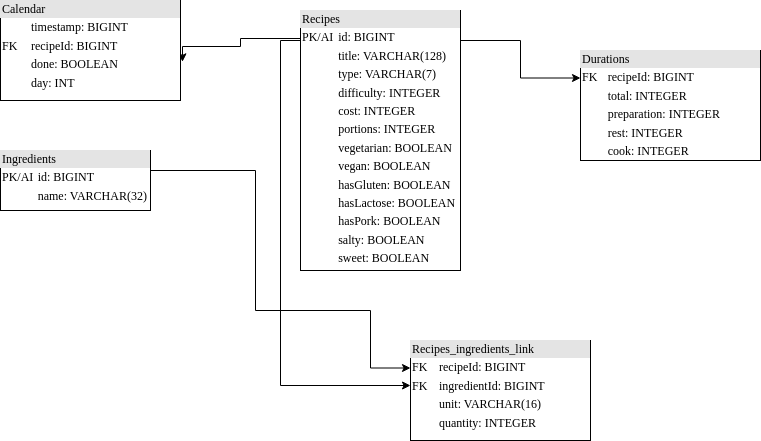
This is server/database.png from Vjonquiere/KeskonMange, a draw.io export, as it was before one commit. Source tidied: cells renumbered, new cells last; positions are measured from the earlier drawing's top-left corner, leaving out a move shared by most shapes.
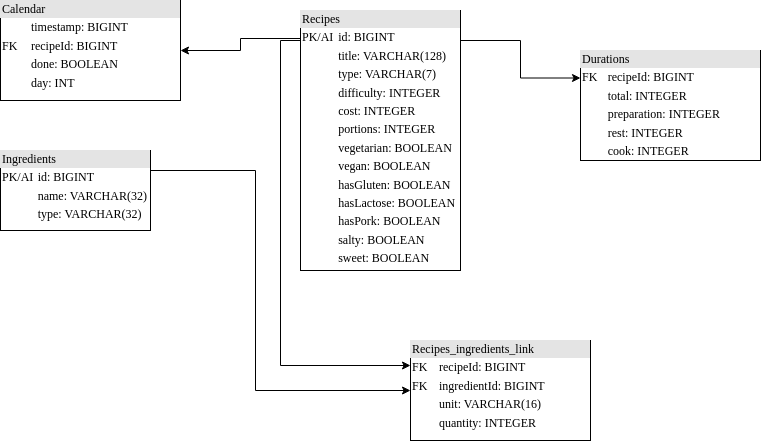
Later version of the same file.

Commit message:
ingredient type implementation

What changed in the source:
```diff
@@ -11,41 +11,38 @@
         </Array>
       </mxGeometry>
     </mxCell>
-    <mxCell id="3" style="edgeStyle=orthogonalEdgeStyle;rounded=0;jettySize=auto;html=1;entryX=1.011;entryY=0.613;entryDx=0;entryDy=0;entryPerimeter=0;" parent="1" edge="1" source="5" target="9">
+    <mxCell id="3" style="edgeStyle=orthogonalEdgeStyle;rounded=0;jettySize=auto;html=1;entryX=1;entryY=0.5;entryDx=0;entryDy=0;" parent="1" edge="1" source="5" target="9">
       <mxGeometry relative="1" as="geometry">
         <Array as="points">
           <mxPoint x="240" y="38" />
-          <mxPoint x="240" y="46" />
+          <mxPoint x="240" y="50" />
         </Array>
       </mxGeometry>
     </mxCell>
-    <mxCell id="4" style="edgeStyle=orthogonalEdgeStyle;rounded=0;orthogonalLoop=1;jettySize=auto;html=1;exitX=0;exitY=0.25;exitDx=0;exitDy=0;entryX=0;entryY=0.5;entryDx=0;entryDy=0;" parent="1" edge="1">
+    <mxCell id="4" style="edgeStyle=orthogonalEdgeStyle;rounded=0;jettySize=auto;html=1;exitX=0;exitY=0.25;exitDx=0;exitDy=0;entryX=0;entryY=0.25;entryDx=0;entryDy=0;" parent="1" edge="1" target="8">
       <mxGeometry relative="1" as="geometry">
         <mxPoint x="300" y="75" as="sourcePoint" />
-        <mxPoint x="410" y="385" as="targetPoint" />
         <Array as="points">
           <mxPoint x="300" y="40" />
           <mxPoint x="280" y="40" />
-          <mxPoint x="280" y="385" />
+          <mxPoint x="280" y="365" />
         </Array>
       </mxGeometry>
     </mxCell>
     <mxCell id="5" value="&lt;div style=&quot;box-sizing:border-box;width:100%;background:#e4e4e4;padding:2px;&quot;&gt;Recipes&lt;/div&gt;&lt;table style=&quot;width:100%;font-size:1em;&quot; cellpadding=&quot;2&quot; cellspacing=&quot;0&quot;&gt;&lt;tbody&gt;&lt;tr&gt;&lt;td&gt;PK/AI&lt;/td&gt;&lt;td&gt;id: BIGINT&amp;nbsp;&lt;/td&gt;&lt;/tr&gt;&lt;tr&gt;&lt;td&gt;&lt;br&gt;&lt;/td&gt;&lt;td&gt;title: VARCHAR(128)&lt;/td&gt;&lt;/tr&gt;&lt;tr&gt;&lt;td&gt;&lt;br&gt;&lt;/td&gt;&lt;td&gt;type: VARCHAR(7)&lt;/td&gt;&lt;/tr&gt;&lt;tr&gt;&lt;td&gt;&lt;br&gt;&lt;/td&gt;&lt;td&gt;difficulty: INTEGER&lt;br&gt;&lt;/td&gt;&lt;/tr&gt;&lt;tr&gt;&lt;td&gt;&lt;br&gt;&lt;/td&gt;&lt;td&gt;cost: INTEGER&lt;br&gt;&lt;/td&gt;&lt;/tr&gt;&lt;tr&gt;&lt;td&gt;&lt;br&gt;&lt;/td&gt;&lt;td&gt;portions: INTEGER&lt;/td&gt;&lt;/tr&gt;&lt;tr&gt;&lt;td&gt;&lt;br&gt;&lt;/td&gt;&lt;td&gt;vegetarian: BOOLEAN&lt;/td&gt;&lt;/tr&gt;&lt;tr&gt;&lt;td&gt;&lt;br&gt;&lt;/td&gt;&lt;td&gt;vegan: BOOLEAN&lt;/td&gt;&lt;/tr&gt;&lt;tr&gt;&lt;td&gt;&lt;br&gt;&lt;/td&gt;&lt;td&gt;hasGluten: BOOLEAN&lt;/td&gt;&lt;/tr&gt;&lt;tr&gt;&lt;td&gt;&lt;br&gt;&lt;/td&gt;&lt;td&gt;hasLactose: BOOLEAN&lt;/td&gt;&lt;/tr&gt;&lt;tr&gt;&lt;td&gt;&lt;br&gt;&lt;/td&gt;&lt;td&gt;hasPork: BOOLEAN&lt;/td&gt;&lt;/tr&gt;&lt;tr&gt;&lt;td&gt;&lt;br&gt;&lt;/td&gt;&lt;td&gt;salty: BOOLEAN&lt;/td&gt;&lt;/tr&gt;&lt;tr&gt;&lt;td&gt;&lt;br&gt;&lt;/td&gt;&lt;td&gt;sweet: BOOLEAN&lt;/td&gt;&lt;/tr&gt;&lt;/tbody&gt;&lt;/table&gt;" style="verticalAlign=top;align=left;overflow=fill;html=1;rounded=0;shadow=0;comic=0;labelBackgroundColor=none;strokeWidth=1;fontFamily=Verdana;fontSize=12;" parent="1" vertex="1">
       <mxGeometry x="300" y="10" width="160" height="260" as="geometry" />
     </mxCell>
-    <mxCell id="6" style="edgeStyle=orthogonalEdgeStyle;rounded=0;orthogonalLoop=1;jettySize=auto;html=1;entryX=0;entryY=0.75;entryDx=0;entryDy=0;" parent="1" edge="1">
+    <mxCell id="6" style="edgeStyle=orthogonalEdgeStyle;rounded=0;jettySize=auto;html=1;entryX=0;entryY=0.5;entryDx=0;entryDy=0;" parent="1" edge="1" target="8">
       <mxGeometry relative="1" as="geometry">
         <mxPoint x="150" y="170" as="sourcePoint" />
-        <mxPoint x="410" y="367.5" as="targetPoint" />
         <Array as="points">
           <mxPoint x="255" y="170" />
-          <mxPoint x="255" y="310" />
-          <mxPoint x="370" y="310" />
+          <mxPoint x="255" y="390" />
         </Array>
       </mxGeometry>
     </mxCell>
-    <mxCell id="7" value="&lt;div style=&quot;box-sizing: border-box ; width: 100% ; background: #e4e4e4 ; padding: 2px&quot;&gt;Ingredients&lt;/div&gt;&lt;table style=&quot;width: 100% ; font-size: 1em&quot; cellpadding=&quot;2&quot; cellspacing=&quot;0&quot;&gt;&lt;tbody&gt;&lt;tr&gt;&lt;td&gt;PK/AI&lt;/td&gt;&lt;td&gt;id: BIGINT&lt;/td&gt;&lt;/tr&gt;&lt;tr&gt;&lt;td&gt;&lt;br&gt;&lt;/td&gt;&lt;td&gt;name: VARCHAR(32)&lt;/td&gt;&lt;/tr&gt;&lt;tr&gt;&lt;td&gt;&lt;/td&gt;&lt;td&gt;&lt;br&gt;&lt;/td&gt;&lt;/tr&gt;&lt;tr&gt;&lt;td&gt;&lt;br&gt;&lt;/td&gt;&lt;td&gt;&lt;br&gt;&lt;/td&gt;&lt;/tr&gt;&lt;tr&gt;&lt;td&gt;&lt;br&gt;&lt;/td&gt;&lt;td&gt;&lt;br&gt;&lt;/td&gt;&lt;/tr&gt;&lt;tr&gt;&lt;td&gt;&lt;br&gt;&lt;/td&gt;&lt;td&gt;&lt;br&gt;&lt;/td&gt;&lt;/tr&gt;&lt;/tbody&gt;&lt;/table&gt;" style="verticalAlign=top;align=left;overflow=fill;html=1;rounded=0;shadow=0;comic=0;labelBackgroundColor=none;strokeWidth=1;fontFamily=Verdana;fontSize=12;" parent="1" vertex="1">
-      <mxGeometry y="150" width="150" height="60" as="geometry" />
+    <mxCell id="7" value="&lt;div style=&quot;box-sizing: border-box ; width: 100% ; background: #e4e4e4 ; padding: 2px&quot;&gt;Ingredients&lt;/div&gt;&lt;table style=&quot;width: 100% ; font-size: 1em&quot; cellpadding=&quot;2&quot; cellspacing=&quot;0&quot;&gt;&lt;tbody&gt;&lt;tr&gt;&lt;td&gt;PK/AI&lt;/td&gt;&lt;td&gt;id: BIGINT&lt;/td&gt;&lt;/tr&gt;&lt;tr&gt;&lt;td&gt;&lt;br&gt;&lt;/td&gt;&lt;td&gt;name: VARCHAR(32)&lt;/td&gt;&lt;/tr&gt;&lt;tr&gt;&lt;td&gt;&lt;/td&gt;&lt;td&gt;type: VARCHAR(32)&lt;/td&gt;&lt;/tr&gt;&lt;/tbody&gt;&lt;/table&gt;" style="verticalAlign=top;align=left;overflow=fill;html=1;rounded=0;shadow=0;comic=0;labelBackgroundColor=none;strokeWidth=1;fontFamily=Verdana;fontSize=12;" parent="1" vertex="1">
+      <mxGeometry y="150" width="150" height="80" as="geometry" />
     </mxCell>
     <mxCell id="8" value="&lt;div style=&quot;box-sizing: border-box ; width: 100% ; background: #e4e4e4 ; padding: 2px&quot;&gt;Recipes_ingredients_link&lt;/div&gt;&lt;table style=&quot;width: 100% ; font-size: 1em&quot; cellpadding=&quot;2&quot; cellspacing=&quot;0&quot;&gt;&lt;tbody&gt;&lt;tr&gt;&lt;td&gt;FK&lt;/td&gt;&lt;td&gt;recipeId: BIGINT&lt;/td&gt;&lt;/tr&gt;&lt;tr&gt;&lt;td&gt;FK&lt;/td&gt;&lt;td&gt;ingredientId: BIGINT&lt;/td&gt;&lt;/tr&gt;&lt;tr&gt;&lt;td&gt;&lt;br&gt;&lt;/td&gt;&lt;td&gt;unit: VARCHAR(16)&lt;/td&gt;&lt;/tr&gt;&lt;tr&gt;&lt;td&gt;&lt;br&gt;&lt;/td&gt;&lt;td&gt;quantity: INTEGER&lt;/td&gt;&lt;/tr&gt;&lt;/tbody&gt;&lt;/table&gt;" style="verticalAlign=top;align=left;overflow=fill;html=1;rounded=0;shadow=0;comic=0;labelBackgroundColor=none;strokeWidth=1;fontFamily=Verdana;fontSize=12;" parent="1" vertex="1">
       <mxGeometry x="410" y="340" width="180" height="100" as="geometry" />
```
